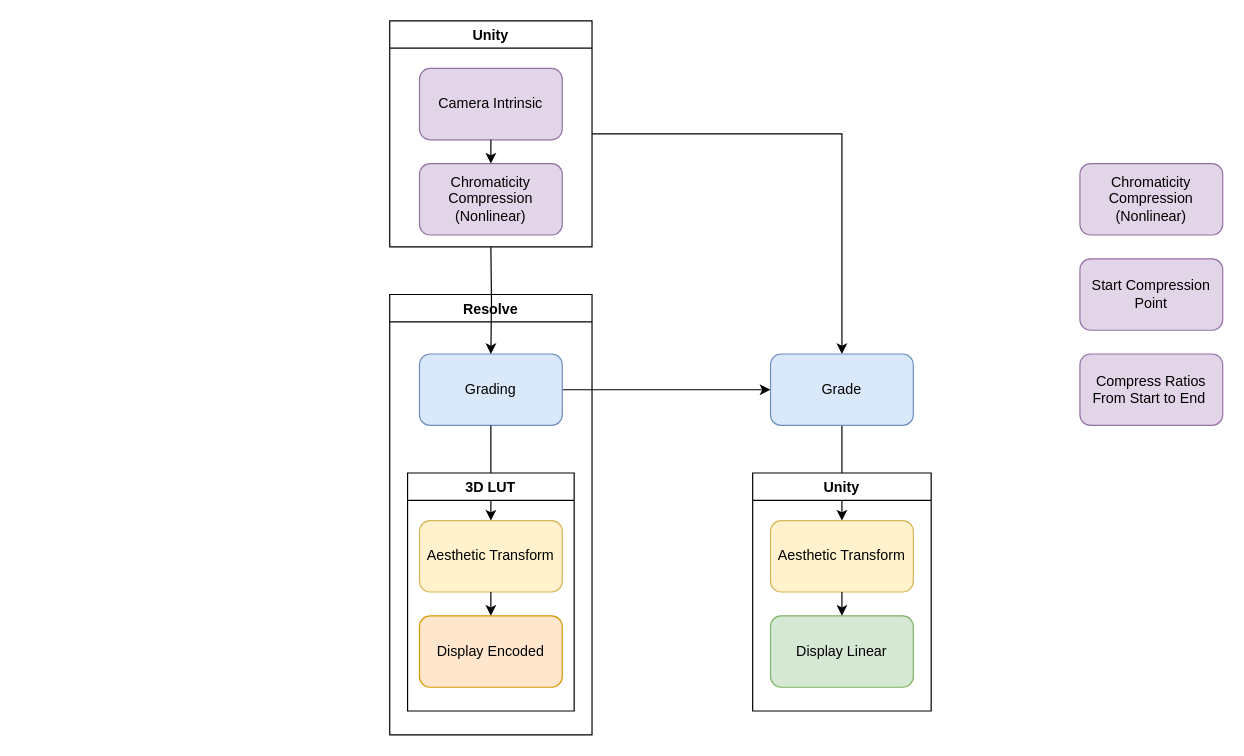
The draw.io diagram Documentation/Resolve 3D LUT Process.drawio in biovf/ColorGamut, before the edit. Source tidied: cells renumbered, new cells numbered last; positions are measured from the earlier drawing's top-left corner, leaving out a move shared by most shapes. Both pictures are drawn from the tidied source at 119%, with x=0, y=0 at pixel (389, 20).
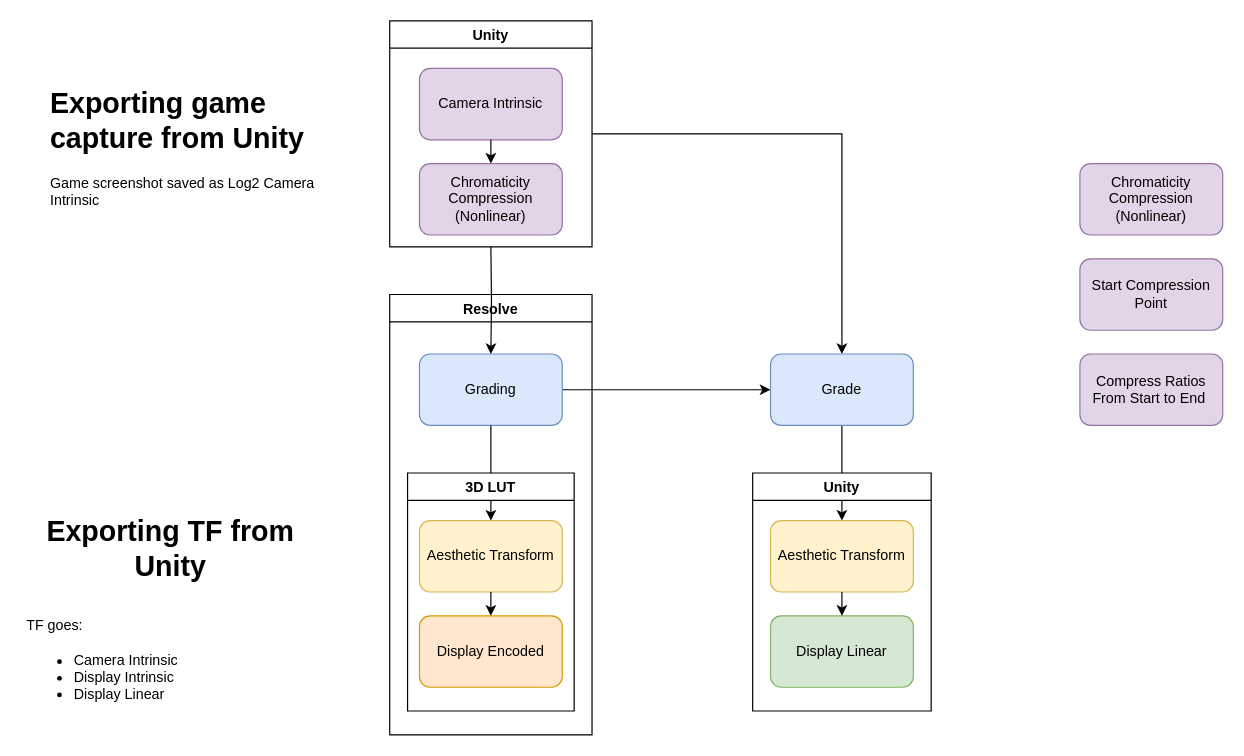
After the change.

Change to the diagram source:
```diff
@@
+    <mxCell id="25" value="&lt;h1&gt;Exporting game capture from Unity&lt;/h1&gt;&lt;p&gt;&lt;span style=&quot;text-align: center&quot;&gt;Game screenshot saved as&amp;nbsp;&lt;/span&gt;&lt;span style=&quot;text-align: center&quot;&gt;Log2 Camera Intrinsic&lt;/span&gt;&lt;br&gt;&lt;/p&gt;" style="text;html=1;strokeColor=none;fillColor=none;spacing=5;spacingTop=-20;whiteSpace=wrap;overflow=hidden;rounded=0;" parent="1" vertex="1">
+      <mxGeometry x="-290" y="50" width="250" height="120" as="geometry" />
+    </mxCell>
+    <mxCell id="26" value="&lt;h1 style=&quot;text-align: center&quot;&gt;Exporting TF from Unity&lt;/h1&gt;&lt;h1&gt;&lt;span style=&quot;font-size: 12px ; font-weight: 400&quot;&gt;TF goes:&lt;br&gt;&lt;ul&gt;&lt;li&gt;&lt;span style=&quot;font-size: 12px ; font-weight: 400&quot;&gt;Camera Intrinsic&lt;/span&gt;&lt;/li&gt;&lt;li&gt;&lt;span style=&quot;font-size: 12px ; font-weight: 400&quot;&gt;Display Intrinsic&lt;/span&gt;&lt;/li&gt;&lt;li&gt;&lt;span style=&quot;font-size: 12px ; font-weight: 400&quot;&gt;Display Linear&lt;/span&gt;&lt;/li&gt;&lt;/ul&gt;&lt;/span&gt;&lt;/h1&gt;" style="text;html=1;strokeColor=none;fillColor=none;spacing=5;spacingTop=-20;whiteSpace=wrap;overflow=hidden;rounded=0;" parent="1" vertex="1">
+      <mxGeometry x="-310" y="410" width="250" height="180" as="geometry" />
+    </mxCell>
```
